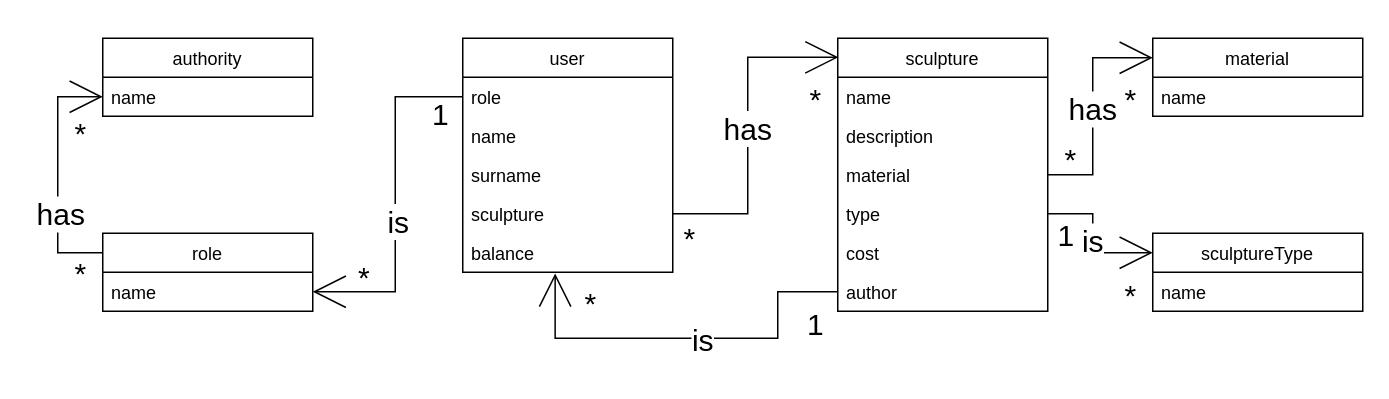
oleksandrblazhko/ai201-malofeev keeps this draw.io diagram as 2-SoftwareDesign/2.1-UMLConceptClasses/UML-ConceptClasses.drawio. Above is the earlier version. Source tidied: cells renumbered, new cells numbered last; positions are measured from the earlier drawing's top-left corner, leaving out a move shared by most shapes. Both pictures are drawn from the tidied source at 150%, with x=0, y=0 at pixel (57, 38).
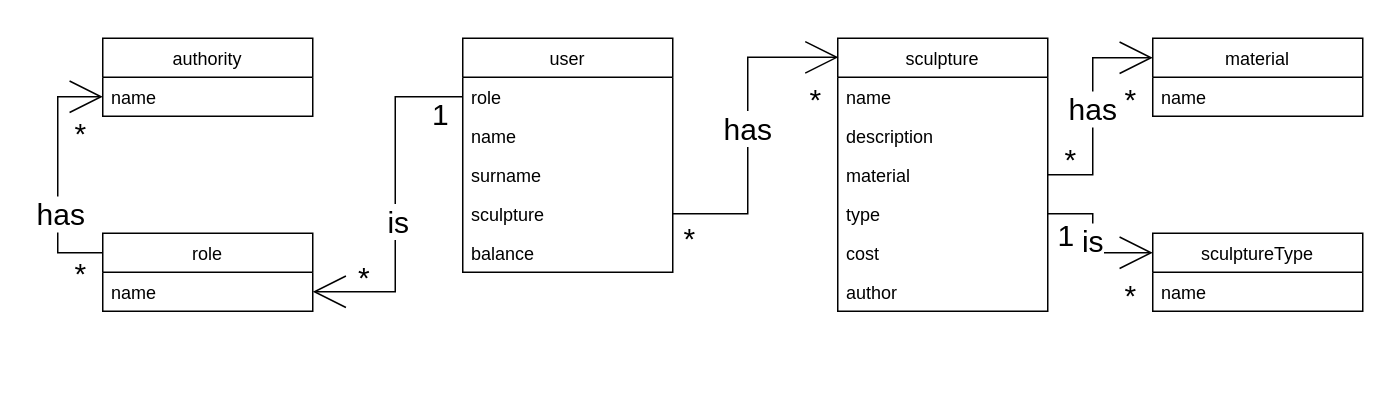
The same diagram, later.

Unchanged cells that the change refers to:
```xml
<mxCell id="13" value="balance" style="text;strokeColor=none;fillColor=none;align=left;verticalAlign=top;spacingLeft=4;spacingRight=4;overflow=hidden;points=[[0,0.5],[1,0.5]];portConstraint=eastwest;" parent="8" vertex="1">
  <mxGeometry y="130" width="140" height="26" as="geometry" />
</mxCell>
<mxCell id="20" value="author" style="text;strokeColor=none;fillColor=none;align=left;verticalAlign=top;spacingLeft=4;spacingRight=4;overflow=hidden;points=[[0,0.5],[1,0.5]];portConstraint=eastwest;" parent="14" vertex="1">
  <mxGeometry y="156" width="140" height="26" as="geometry" />
</mxCell>
```

What changed in the source:
```diff
@@
-    <mxCell id="40" style="edgeStyle=orthogonalEdgeStyle;rounded=0;jettySize=auto;html=1;exitX=0;exitY=0.5;exitDx=0;exitDy=0;entryX=0.44;entryY=1.031;entryDx=0;entryDy=0;entryPerimeter=0;endArrow=open;endFill=0;endSize=20;" parent="1" edge="1" source="20" target="13">
-      <mxGeometry relative="1" as="geometry">
-        <Array as="points">
-          <mxPoint x="480" y="169" />
-          <mxPoint x="480" y="200" />
-          <mxPoint x="332" y="200" />
-        </Array>
-      </mxGeometry>
-    </mxCell>
-    <mxCell id="41" value="is" style="edgeLabel;html=1;align=center;verticalAlign=middle;fontSize=20;" parent="40" vertex="1">
-      <mxGeometry x="-0.07" relative="1" as="geometry" />
-    </mxCell>
-    <mxCell id="42" value="1" style="text;html=1;align=center;verticalAlign=middle;strokeColor=none;fillColor=none;fontSize=20;" parent="1" vertex="1">
-      <mxGeometry x="490" y="170" width="30" height="40" as="geometry" />
-    </mxCell>
-    <mxCell id="43" value="*" style="text;html=1;align=center;verticalAlign=middle;strokeColor=none;fillColor=none;fontSize=20;" parent="1" vertex="1">
-      <mxGeometry x="340" y="156" width="30" height="40" as="geometry" />
-    </mxCell>
```
